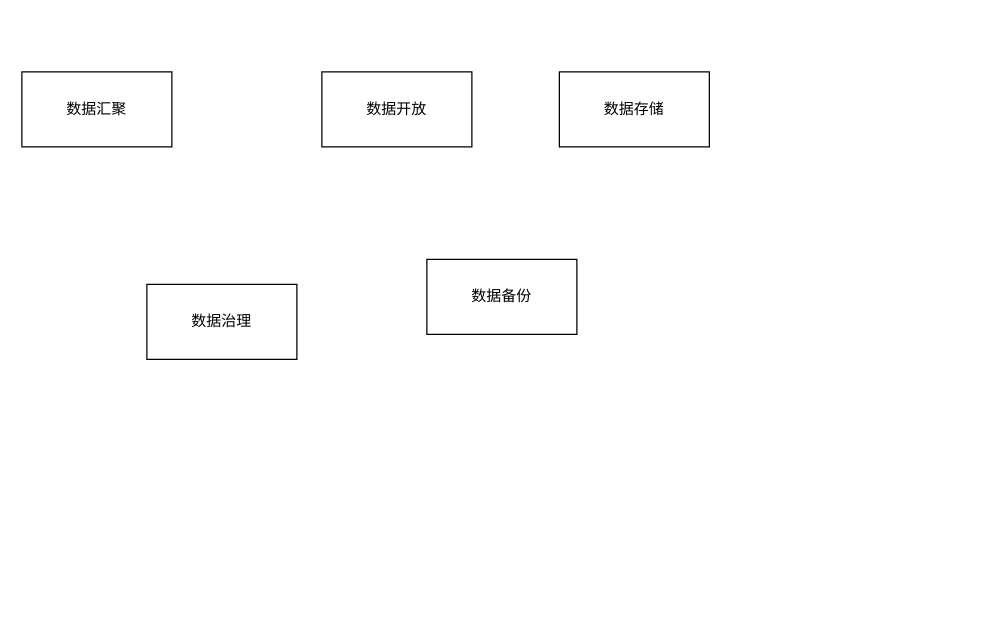
Above: 城市大脑.drawio in z-cloud-z/draw (draw.io), before the change. Source tidied: cells renumbered, new cells numbered last; positions are measured from the earlier drawing's top-left corner, leaving out a move shared by most shapes. Both pictures are drawn from the tidied source at 125%, with x=0, y=0 at pixel (21, 71).
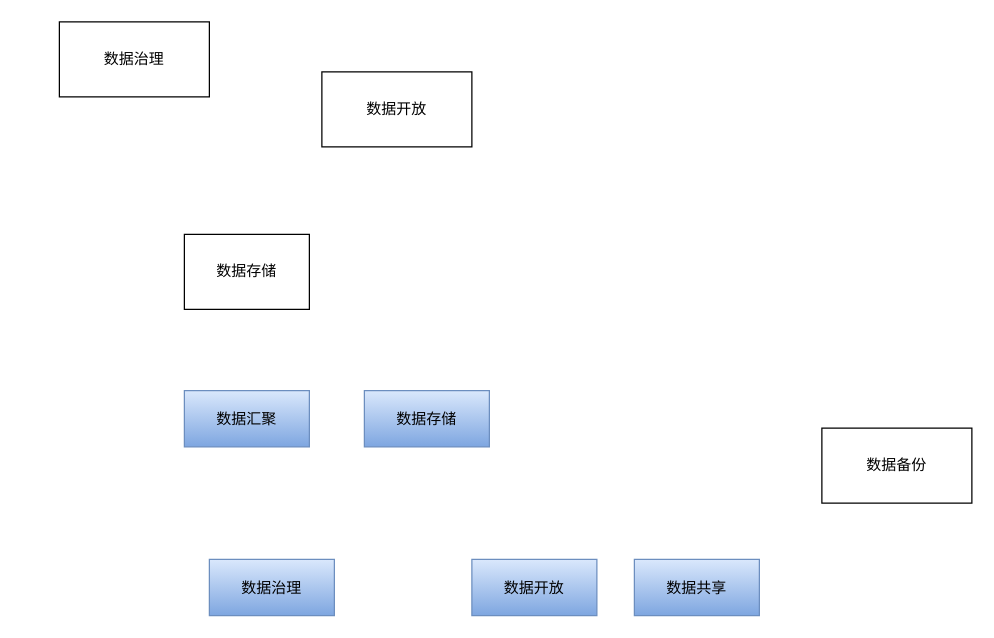
After the change.

Commit message (it also covers changes not shown here):
更新城市大脑.drawio

Change to the diagram source:
```diff
@@
 <mxGraphModel>
   <root>
     <mxCell id="0" />
     <mxCell id="1" parent="0" />
-    <mxCell id="2" value="数据汇聚" style="rounded=0;whiteSpace=wrap;html=1;" parent="1" vertex="1">
-      <mxGeometry width="120" height="60" as="geometry" />
+    <mxCell id="2" value="数据汇聚" style="rounded=0;whiteSpace=wrap;html=1;fillColor=#dae8fc;strokeColor=#6c8ebf;gradientColor=#7ea6e0;" parent="1" vertex="1">
+      <mxGeometry x="130" y="255" width="100" height="45" as="geometry" />
     </mxCell>
     <mxCell id="3" value="数据开放" style="rounded=0;whiteSpace=wrap;html=1;" parent="1" vertex="1">
       <mxGeometry x="240" width="120" height="60" as="geometry" />
     </mxCell>
     <mxCell id="4" value="数据存储" style="rounded=0;whiteSpace=wrap;html=1;" parent="1" vertex="1">
-      <mxGeometry x="430" width="120" height="60" as="geometry" />
+      <mxGeometry x="130" y="130" width="100" height="60" as="geometry" />
     </mxCell>
     <mxCell id="5" value="数据治理" style="rounded=0;whiteSpace=wrap;html=1;" parent="1" vertex="1">
-      <mxGeometry x="100" y="170" width="120" height="60" as="geometry" />
+      <mxGeometry x="30" y="-40" width="120" height="60" as="geometry" />
     </mxCell>
     <mxCell id="6" value="数据备份" style="rounded=0;whiteSpace=wrap;html=1;" parent="1" vertex="1">
-      <mxGeometry x="324" y="150" width="120" height="60" as="geometry" />
+      <mxGeometry x="640" y="285" width="120" height="60" as="geometry" />
     </mxCell>
+    <mxCell id="7" value="数据存储" style="rounded=0;whiteSpace=wrap;html=1;fillColor=#dae8fc;strokeColor=#6c8ebf;gradientColor=#7ea6e0;" parent="1" vertex="1">
+      <mxGeometry x="274" y="255" width="100" height="45" as="geometry" />
+    </mxCell>
+    <mxCell id="8" value="数据治理" style="rounded=0;whiteSpace=wrap;html=1;fillColor=#dae8fc;strokeColor=#6c8ebf;gradientColor=#7ea6e0;" parent="1" vertex="1">
+      <mxGeometry x="150" y="390" width="100" height="45" as="geometry" />
+    </mxCell>
+    <mxCell id="9" value="数据开放" style="rounded=0;whiteSpace=wrap;html=1;fillColor=#dae8fc;strokeColor=#6c8ebf;gradientColor=#7ea6e0;" parent="1" vertex="1">
+      <mxGeometry x="360" y="390" width="100" height="45" as="geometry" />
+    </mxCell>
+    <mxCell id="10" value="数据共享" style="rounded=0;whiteSpace=wrap;html=1;fillColor=#dae8fc;strokeColor=#6c8ebf;gradientColor=#7ea6e0;" parent="1" vertex="1">
+      <mxGeometry x="490" y="390" width="100" height="45" as="geometry" />
+    </mxCell>
   </root>
 </mxGraphModel>
```
